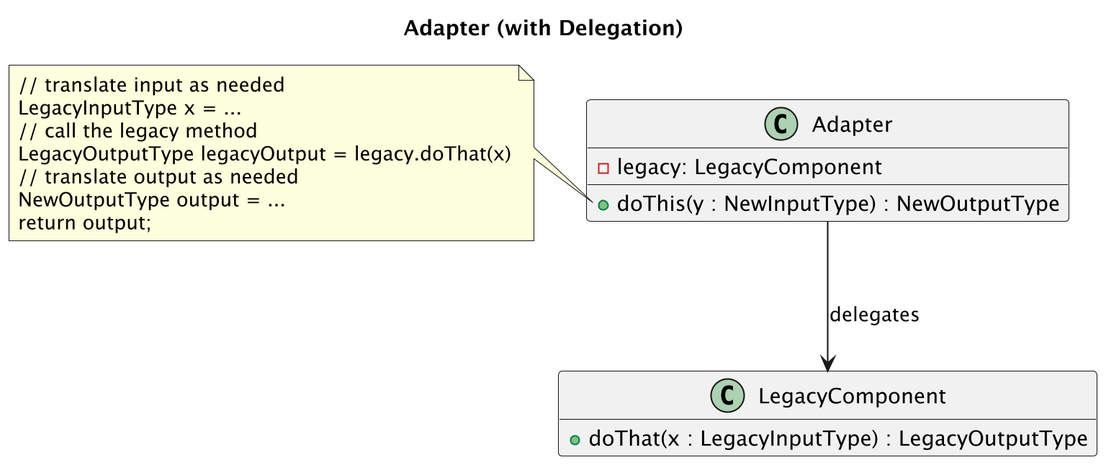
Above: images/adapter-delegation.png in CSC207-UofT/207-course-notes (PlantUML), before the change.
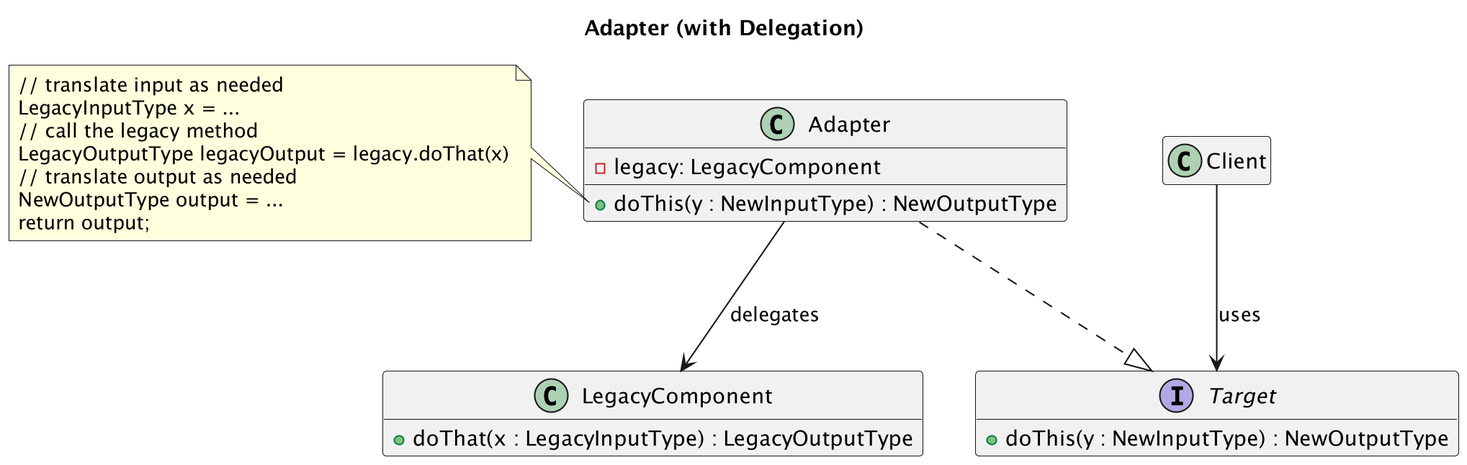
Later version of the same file.

Commit message:
clean up pass on the design pattern and refactoring chapters; removing dead links; polishing text and diagrams

Change to the diagram source:
```diff
@@ -3,16 +3,22 @@
 hide empty members
 title Adapter (with Delegation)
 
-hide empty members
+class Client
+
+interface Target {
+  +doThis(y : NewInputType) : NewOutputType
+}
 
 class Adapter {
+  -legacy: LegacyComponent
   +doThis(y : NewInputType) : NewOutputType
-  -legacy: LegacyComponent
 }
 class LegacyComponent {
   +doThat(x : LegacyInputType) : LegacyOutputType
 }
 
+Client --> Target : uses
+Adapter ..|> Target
 Adapter --> LegacyComponent : delegates
 
 note left of Adapter::doThis
```
